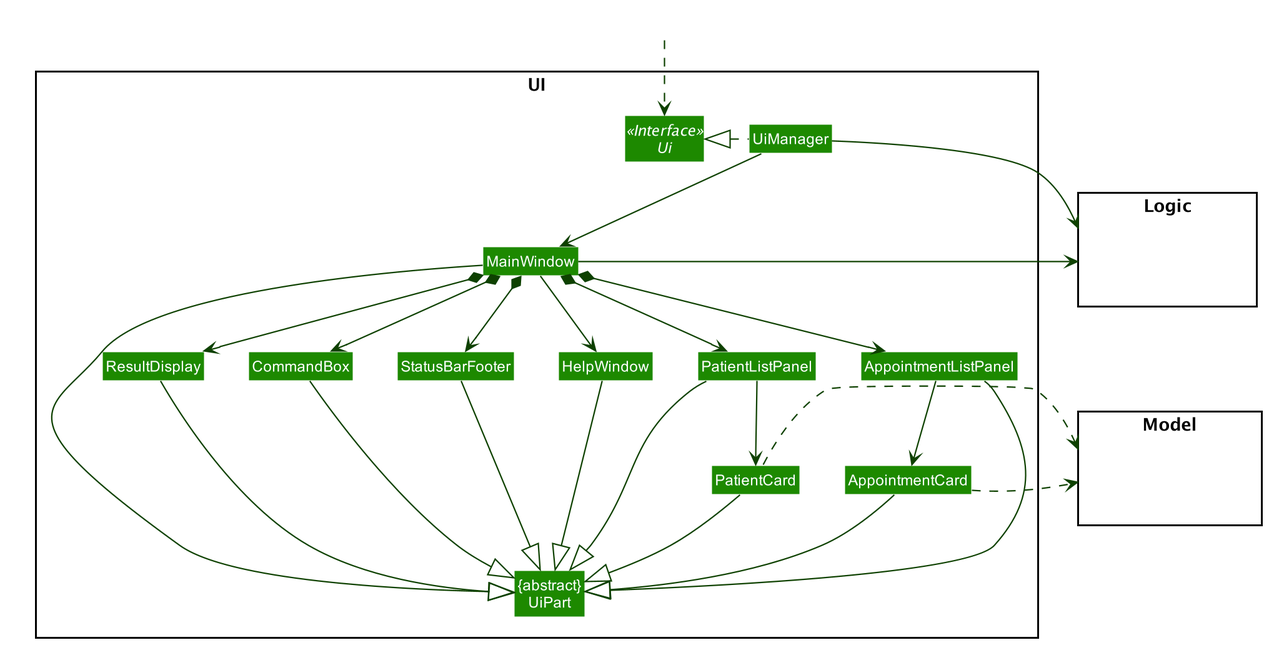
This is docs/images/UiClassDiagram.png from yeohhq/tp, a PlantUML export, as it was before one commit.
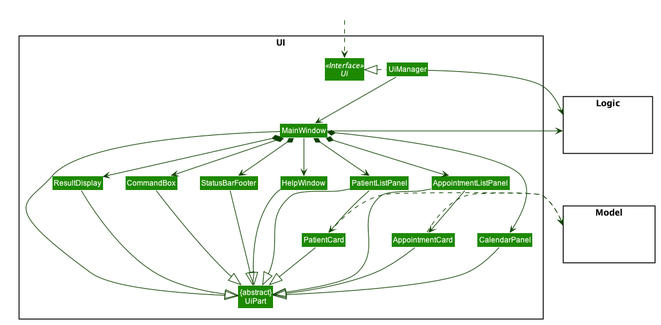
The same file after the commit.

Change to the diagram source:
```diff
@@ -64,6 +64,7 @@
 Class AppointmentCard
 Class StatusBarFooter
 Class CommandBox
+Class CalendarPanel
 }
 
 package Model <<Rectangle>> {
@@ -80,17 +81,20 @@
 UiManager .left.|> Ui
 UiManager -down-> MainWindow
 MainWindow --> HelpWindow
+MainWindow *-down-> CalendarPanel
 MainWindow *-down-> CommandBox
 MainWindow *-down-> ResultDisplay
 MainWindow *-down-> PatientListPanel
 MainWindow *-down-> AppointmentListPanel
 MainWindow *-down-> StatusBarFooter
 
+
 PatientListPanel -down-> PatientCard
 AppointmentListPanel -down-> AppointmentCard
 
 MainWindow -left-|> UiPart
 
+CalendarPanel --|> UiPart
 ResultDisplay --|> UiPart
 CommandBox --|> UiPart
 PatientListPanel --|> UiPart
```
